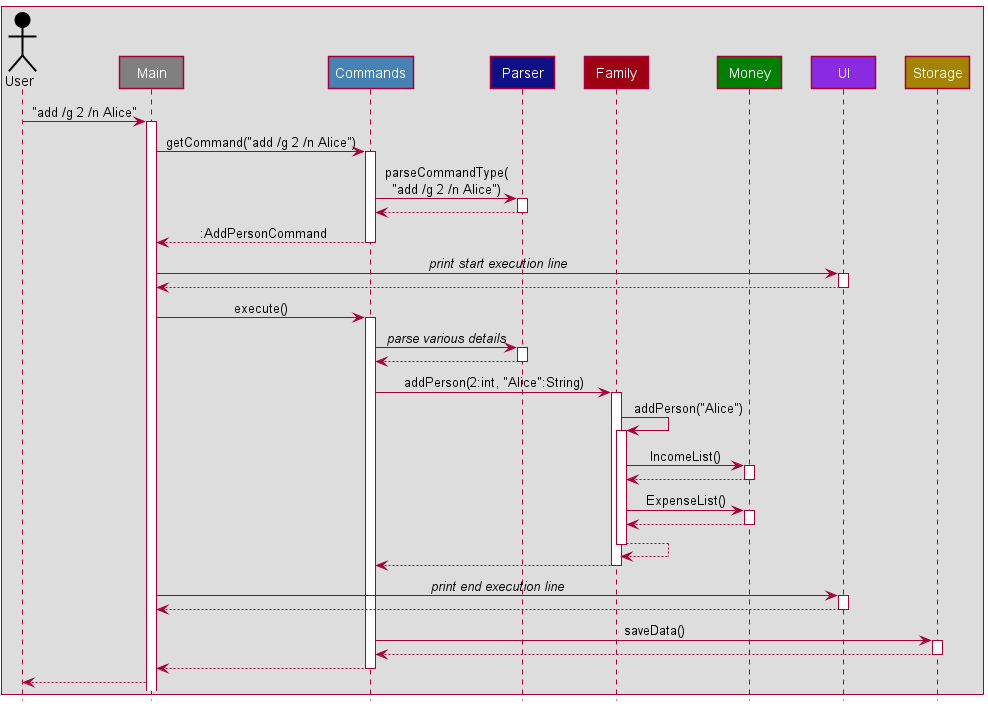
nus-cs2113-AY2122S2/tp keeps this PlantUML diagram as docs/images/ArchitectureSequenceDiagram.png. Above is the earlier version.
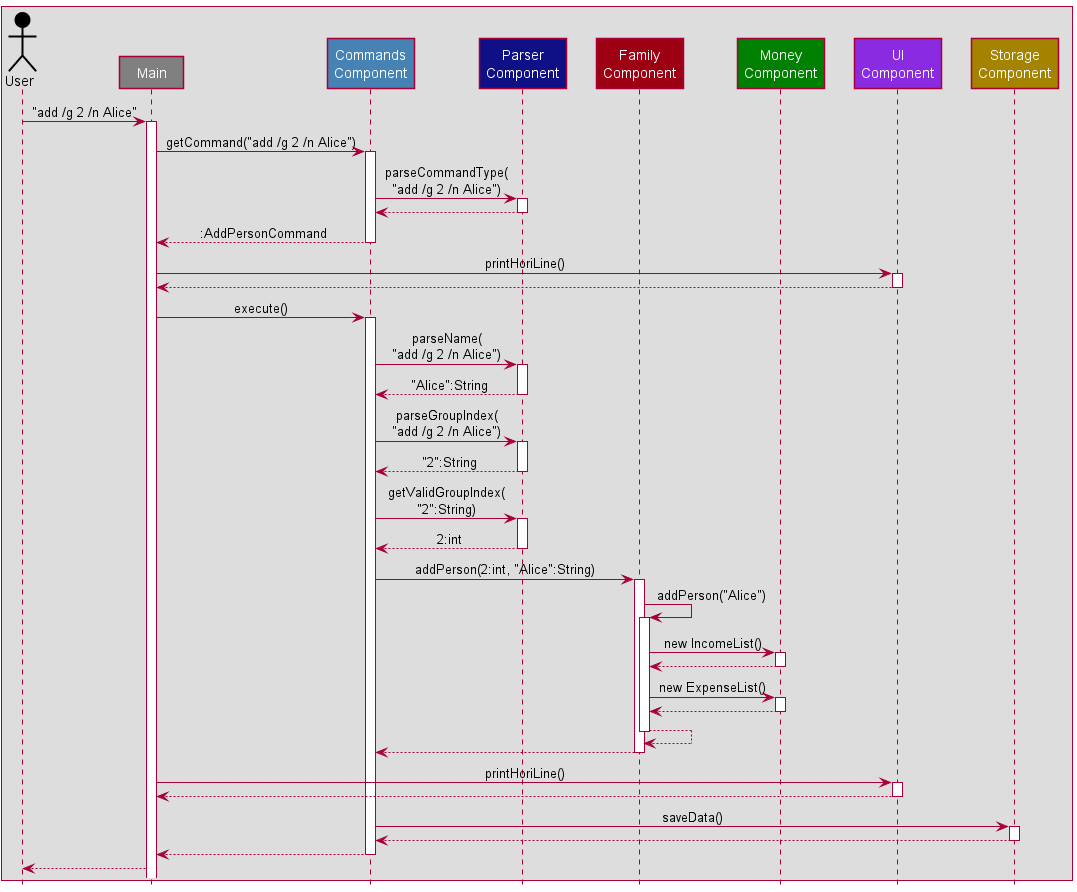
The same file after the commit.

Commit message:
Update ArchitectureSequenceDiagram for issue #225 (3.)

What changed in the source:
```diff
@@ -4,12 +4,12 @@
 box
 Actor User USER_COLOR
 Participant Main #grey
-Participant Commands COMMAND_COLOR
-Participant "Parser" as Parser LOGIC_COLOR
-Participant Family MODEL_COLOR
-Participant Money MONEY_COLOR
-Participant UI UI_COLOR
-Participant Storage STORAGE_COLOR
+Participant "Commands\nComponent" as Commands COMMAND_COLOR
+Participant "Parser\nComponent" as Parser LOGIC_COLOR
+Participant "Family\nComponent" as Family MODEL_COLOR
+Participant "Money\nComponent" as Money MONEY_COLOR
+Participant "UI\nComponent" as UI UI_COLOR
+Participant "Storage\nComponent" as Storage STORAGE_COLOR
 end box
 
 User -> Main : "add /g 2 /n Alice"
@@ -27,7 +27,7 @@
 Commands --> Main : :AddPersonCommand
 deactivate Commands
 
-Main -> UI : //print start execution line//
+Main -> UI : printHoriLine()
 activate UI
 UI --> Main
 deactivate UI
@@ -35,9 +35,18 @@
 Main -> Commands : execute()
 activate Commands
 
-Commands -> Parser : //parse various details//
+Commands -> Parser : parseName(\n"add /g 2 /n Alice")
 activate Parser
-Parser --> Commands
+Parser --> Commands : "Alice":String
+deactivate Parser
+
+Commands -> Parser : parseGroupIndex(\n"add /g 2 /n Alice")
+activate Parser
+Parser --> Commands : "2":String
+deactivate Parser
+Commands -> Parser : getValidGroupIndex(\n"2":String)
+activate Parser
+Parser --> Commands : 2:int
 deactivate Parser
 
 Commands -> Family : addPerson(2:int, "Alice":String)
@@ -46,12 +55,12 @@
 Family -> Family : addPerson("Alice")
 activate Family
 
-Family -> Money : IncomeList()
+Family -> Money : new IncomeList()
 activate Money
 Money --> Family
 deactivate Money
 
-Family -> Money : ExpenseList()
+Family -> Money : new ExpenseList()
 activate Money
 Money --> Family
 deactivate Money
@@ -62,7 +71,7 @@
 Family --> Commands
 deactivate Family
 
-Main -> UI : //print end execution line//
+Main -> UI : printHoriLine()
 activate UI
 UI --> Main
 deactivate UI
```
